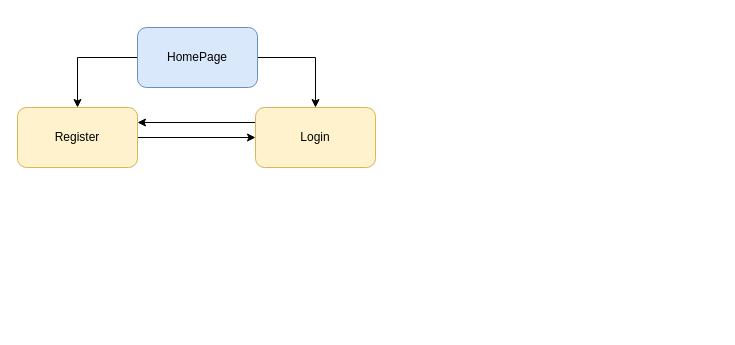
RSteinebrunner/LaravelProject keeps this draw.io diagram as Documentation/Diagrams/Sitemap.drawio. Above is the earlier version. Source tidied: cells renumbered, new cells numbered last; positions are measured from the earlier drawing's top-left corner, leaving out a move shared by most shapes. Both pictures are drawn from the tidied source at 100%, with x=0, y=0 at pixel (17, 27).
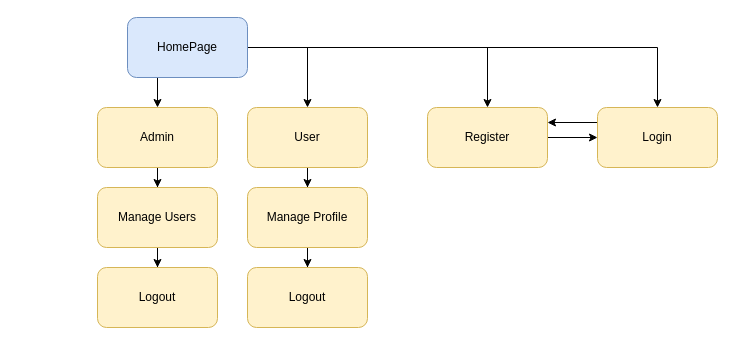
The same diagram, later.

Change to the diagram source:
```diff
@@
     <mxCell id="2" style="edgeStyle=orthogonalEdgeStyle;rounded=0;jettySize=auto;html=1;entryX=0.5;entryY=0;entryDx=0;entryDy=0;exitX=0;exitY=0.5;exitDx=0;exitDy=0;" parent="1" edge="1" source="4" target="6">
-      <mxGeometry relative="1" as="geometry" />
+      <mxGeometry relative="1" as="geometry">
+        <Array as="points">
+          <mxPoint x="470" y="20" />
+        </Array>
+      </mxGeometry>
     </mxCell>
@@
+    <mxCell id="9" style="edgeStyle=orthogonalEdgeStyle;rounded=0;jettySize=auto;html=1;entryX=0.5;entryY=0;entryDx=0;entryDy=0;" parent="1" edge="1" source="4" target="12">
+      <mxGeometry relative="1" as="geometry">
+        <Array as="points">
+          <mxPoint x="290" y="20" />
+        </Array>
+      </mxGeometry>
+    </mxCell>
+    <mxCell id="10" style="edgeStyle=orthogonalEdgeStyle;rounded=0;jettySize=auto;html=1;exitX=0.25;exitY=1;exitDx=0;exitDy=0;entryX=0.5;entryY=0;entryDx=0;entryDy=0;" parent="1" edge="1" source="4" target="14">
+      <mxGeometry relative="1" as="geometry" />
+    </mxCell>
     <mxCell id="4" value="HomePage" style="rounded=1;whiteSpace=wrap;html=1;fillColor=#dae8fc;strokeColor=#6c8ebf;" parent="1" vertex="1">
-      <mxGeometry x="120" width="120" height="60" as="geometry" />
+      <mxGeometry x="110" y="-10" width="120" height="60" as="geometry" />
     </mxCell>
@@
     <mxCell id="6" value="Register" style="rounded=1;whiteSpace=wrap;html=1;fillColor=#fff2cc;strokeColor=#d6b656;" parent="1" vertex="1">
-      <mxGeometry y="80" width="120" height="60" as="geometry" />
+      <mxGeometry x="410" y="80" width="120" height="60" as="geometry" />
     </mxCell>
@@
     <mxCell id="8" value="Login" style="rounded=1;whiteSpace=wrap;html=1;fillColor=#fff2cc;strokeColor=#d6b656;" parent="1" vertex="1">
-      <mxGeometry x="238" y="80" width="120" height="60" as="geometry" />
+      <mxGeometry x="580" y="80" width="120" height="60" as="geometry" />
     </mxCell>
+    <mxCell id="11" style="edgeStyle=orthogonalEdgeStyle;rounded=0;jettySize=auto;html=1;" parent="1" edge="1" source="12" target="19">
+      <mxGeometry relative="1" as="geometry" />
+    </mxCell>
+    <mxCell id="12" value="User" style="rounded=1;whiteSpace=wrap;html=1;fillColor=#fff2cc;strokeColor=#d6b656;" parent="1" vertex="1">
+      <mxGeometry x="230" y="80" width="120" height="60" as="geometry" />
+    </mxCell>
+    <mxCell id="13" style="edgeStyle=orthogonalEdgeStyle;rounded=0;jettySize=auto;html=1;" parent="1" edge="1" source="14" target="16">
+      <mxGeometry relative="1" as="geometry" />
+    </mxCell>
+    <mxCell id="14" value="Admin" style="rounded=1;whiteSpace=wrap;html=1;fillColor=#fff2cc;strokeColor=#d6b656;" parent="1" vertex="1">
+      <mxGeometry x="80" y="80" width="120" height="60" as="geometry" />
+    </mxCell>
+    <mxCell id="15" style="edgeStyle=orthogonalEdgeStyle;rounded=0;jettySize=auto;html=1;" parent="1" edge="1" source="16" target="17">
+      <mxGeometry relative="1" as="geometry" />
+    </mxCell>
+    <mxCell id="16" value="Manage Users" style="rounded=1;whiteSpace=wrap;html=1;fillColor=#fff2cc;strokeColor=#d6b656;" parent="1" vertex="1">
+      <mxGeometry x="80" y="160" width="120" height="60" as="geometry" />
+    </mxCell>
+    <mxCell id="17" value="Logout" style="rounded=1;whiteSpace=wrap;html=1;fillColor=#fff2cc;strokeColor=#d6b656;" parent="1" vertex="1">
+      <mxGeometry x="80" y="240" width="120" height="60" as="geometry" />
+    </mxCell>
+    <mxCell id="18" style="edgeStyle=orthogonalEdgeStyle;rounded=0;jettySize=auto;html=1;" parent="1" edge="1" source="19" target="20">
+      <mxGeometry relative="1" as="geometry" />
+    </mxCell>
+    <mxCell id="19" value="Manage Profile" style="rounded=1;whiteSpace=wrap;html=1;fillColor=#fff2cc;strokeColor=#d6b656;" parent="1" vertex="1">
+      <mxGeometry x="230" y="160" width="120" height="60" as="geometry" />
+    </mxCell>
+    <mxCell id="20" value="Logout" style="rounded=1;whiteSpace=wrap;html=1;fillColor=#fff2cc;strokeColor=#d6b656;" parent="1" vertex="1">
+      <mxGeometry x="230" y="240" width="120" height="60" as="geometry" />
+    </mxCell>
```
